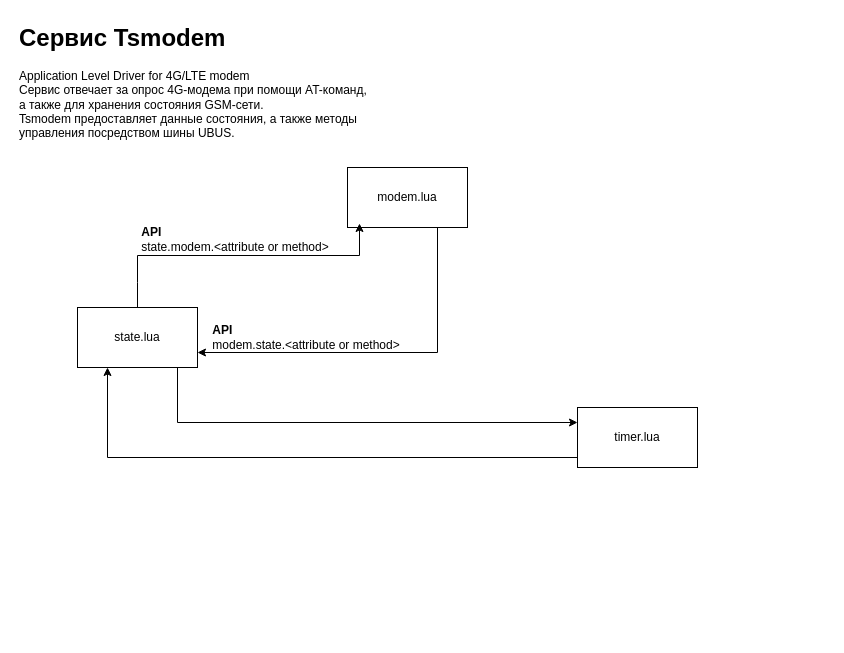
Earlier version of the draw.io diagram Диаграмма без названия.drawio (antoncom/tsmodem). Source tidied: cells renumbered, new cells numbered last; positions are measured from the earlier drawing's top-left corner, leaving out a move shared by most shapes. Both pictures are drawn from the tidied source at 100%, with x=0, y=0 at pixel (17, 17).
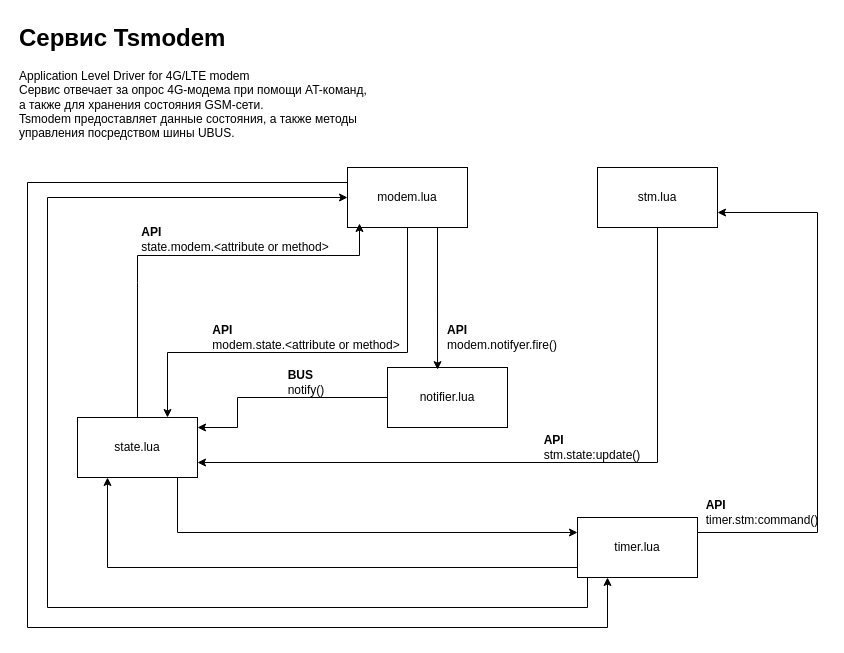
After the change.

The change refers to these unchanged cells:
```xml
<mxCell id="3" value="modem.lua" style="rounded=0;whiteSpace=wrap;html=1;" parent="1" vertex="1">
  <mxGeometry x="330" y="150" width="120" height="60" as="geometry" />
</mxCell>
```

The edit, as a diff of the source:
```diff
@@
-    <mxCell id="2" style="edgeStyle=orthogonalEdgeStyle;rounded=0;jettySize=auto;html=1;entryX=1;entryY=0.75;entryDx=0;entryDy=0;exitX=0.75;exitY=1;exitDx=0;exitDy=0;" parent="1" edge="1" source="3" target="5">
-      <mxGeometry relative="1" as="geometry" />
+    <mxCell id="2" style="edgeStyle=orthogonalEdgeStyle;rounded=0;jettySize=auto;html=1;entryX=0.75;entryY=0;entryDx=0;entryDy=0;exitX=0.75;exitY=1;exitDx=0;exitDy=0;" parent="1" edge="1" source="3" target="5">
+      <mxGeometry relative="1" as="geometry">
+        <Array as="points">
+          <mxPoint x="390" y="210" />
+          <mxPoint x="390" y="335" />
+          <mxPoint x="150" y="335" />
+        </Array>
+      </mxGeometry>
     </mxCell>
@@
     <mxCell id="4" style="edgeStyle=orthogonalEdgeStyle;rounded=0;jettySize=auto;html=1;entryX=0;entryY=0.25;entryDx=0;entryDy=0;" parent="1" edge="1" source="5" target="7">
       <mxGeometry relative="1" as="geometry">
         <Array as="points">
-          <mxPoint x="160" y="405" />
+          <mxPoint x="160" y="515" />
         </Array>
       </mxGeometry>
     </mxCell>
     <mxCell id="5" value="state.lua" style="rounded=0;whiteSpace=wrap;html=1;" parent="1" vertex="1">
-      <mxGeometry x="60" y="290" width="120" height="60" as="geometry" />
+      <mxGeometry x="60" y="400" width="120" height="60" as="geometry" />
     </mxCell>
     <mxCell id="6" style="edgeStyle=orthogonalEdgeStyle;rounded=0;jettySize=auto;html=1;entryX=0.25;entryY=1;entryDx=0;entryDy=0;" parent="1" edge="1" source="7" target="5">
       <mxGeometry relative="1" as="geometry">
         <Array as="points">
-          <mxPoint x="90" y="440" />
+          <mxPoint x="90" y="550" />
         </Array>
       </mxGeometry>
     </mxCell>
     <mxCell id="7" value="timer.lua" style="rounded=0;whiteSpace=wrap;html=1;" parent="1" vertex="1">
-      <mxGeometry x="560" y="390" width="120" height="60" as="geometry" />
+      <mxGeometry x="560" y="500" width="120" height="60" as="geometry" />
     </mxCell>
@@
+    <mxCell id="12" value="stm&lt;span style=&quot;background-color: transparent; color: light-dark(rgb(0, 0, 0), rgb(255, 255, 255));&quot;&gt;.lua&lt;/span&gt;" style="rounded=0;whiteSpace=wrap;html=1;" parent="1" vertex="1">
+      <mxGeometry x="580" y="150" width="120" height="60" as="geometry" />
+    </mxCell>
+    <mxCell id="13" value="notifier.lua" style="rounded=0;whiteSpace=wrap;html=1;" parent="1" vertex="1">
+      <mxGeometry x="370" y="350" width="120" height="60" as="geometry" />
+    </mxCell>
+    <mxCell id="14" style="edgeStyle=orthogonalEdgeStyle;rounded=0;jettySize=auto;html=1;exitX=0.75;exitY=1;exitDx=0;exitDy=0;entryX=0.417;entryY=0.036;entryDx=0;entryDy=0;entryPerimeter=0;" parent="1" edge="1" source="3" target="13">
+      <mxGeometry relative="1" as="geometry" />
+    </mxCell>
+    <mxCell id="15" value="&lt;div style=&quot;text-align: left;&quot;&gt;&lt;b style=&quot;background-color: transparent;&quot;&gt;API&lt;/b&gt;&lt;/div&gt;&lt;div style=&quot;text-align: left;&quot;&gt;&lt;span style=&quot;background-color: transparent;&quot;&gt;modem.notifyer.fire()&lt;/span&gt;&lt;br&gt;&lt;/div&gt;" style="text;html=1;align=center;verticalAlign=middle;whiteSpace=wrap;rounded=0;" parent="1" vertex="1">
+      <mxGeometry x="420" y="305" width="130" height="30" as="geometry" />
+    </mxCell>
+    <mxCell id="16" style="edgeStyle=orthogonalEdgeStyle;rounded=0;jettySize=auto;html=1;exitX=0;exitY=0.75;exitDx=0;exitDy=0;" parent="1" edge="1" source="13" target="5">
+      <mxGeometry relative="1" as="geometry">
+        <Array as="points">
+          <mxPoint x="370" y="380" />
+          <mxPoint x="220" y="380" />
+          <mxPoint x="220" y="410" />
+        </Array>
+      </mxGeometry>
+    </mxCell>
+    <mxCell id="17" value="&lt;div style=&quot;text-align: left;&quot;&gt;&lt;span style=&quot;background-color: transparent; color: light-dark(rgb(0, 0, 0), rgb(255, 255, 255));&quot;&gt;&lt;b&gt;BUS&lt;/b&gt;&lt;/span&gt;&lt;/div&gt;&lt;div style=&quot;text-align: left;&quot;&gt;&lt;span style=&quot;background-color: transparent; color: light-dark(rgb(0, 0, 0), rgb(255, 255, 255));&quot;&gt;notify()&lt;/span&gt;&lt;/div&gt;" style="text;html=1;align=center;verticalAlign=middle;whiteSpace=wrap;rounded=0;" parent="1" vertex="1">
+      <mxGeometry x="224" y="350" width="130" height="30" as="geometry" />
+    </mxCell>
+    <mxCell id="18" style="endArrow=classic;html=1;rounded=0;exitX=0.5;exitY=1;exitDx=0;exitDy=0;entryX=1;entryY=0.75;entryDx=0;entryDy=0;" parent="1" edge="1" source="12" target="5">
+      <mxGeometry relative="1" as="geometry">
+        <Array as="points">
+          <mxPoint x="640" y="445" />
+        </Array>
+      </mxGeometry>
+    </mxCell>
+    <mxCell id="19" value="&lt;div style=&quot;text-align: left;&quot;&gt;&lt;b style=&quot;background-color: transparent;&quot;&gt;API&lt;/b&gt;&lt;/div&gt;&lt;div style=&quot;text-align: left;&quot;&gt;&lt;span style=&quot;background-color: transparent; text-align: center;&quot;&gt;stm.state:update&lt;/span&gt;&lt;span style=&quot;background-color: transparent;&quot;&gt;()&lt;/span&gt;&lt;br&gt;&lt;/div&gt;" style="text;html=1;align=center;verticalAlign=middle;whiteSpace=wrap;rounded=0;" parent="1" vertex="1">
+      <mxGeometry x="510" y="415" width="130" height="30" as="geometry" />
+    </mxCell>
+    <mxCell id="20" style="endArrow=classic;html=1;rounded=0;entryX=1;entryY=0.75;entryDx=0;entryDy=0;exitX=1;exitY=0.25;exitDx=0;exitDy=0;" parent="1" edge="1" source="7" target="12">
+      <mxGeometry relative="1" as="geometry">
+        <Array as="points">
+          <mxPoint x="800" y="515" />
+          <mxPoint x="800" y="195" />
+        </Array>
+      </mxGeometry>
+    </mxCell>
+    <mxCell id="21" value="&lt;div style=&quot;text-align: left;&quot;&gt;&lt;b style=&quot;background-color: transparent;&quot;&gt;API&lt;/b&gt;&lt;/div&gt;&lt;div style=&quot;text-align: left;&quot;&gt;&lt;span style=&quot;background-color: transparent; text-align: center;&quot;&gt;timer.stm:command&lt;/span&gt;&lt;span style=&quot;background-color: transparent;&quot;&gt;()&lt;/span&gt;&lt;br&gt;&lt;/div&gt;" style="text;html=1;align=center;verticalAlign=middle;whiteSpace=wrap;rounded=0;" parent="1" vertex="1">
+      <mxGeometry x="680" y="480" width="130" height="30" as="geometry" />
+    </mxCell>
+    <mxCell id="22" style="edgeStyle=orthogonalEdgeStyle;rounded=0;jettySize=auto;html=1;entryX=0;entryY=0.5;entryDx=0;entryDy=0;" parent="1" edge="1" target="3">
+      <mxGeometry relative="1" as="geometry">
+        <mxPoint x="570" y="560" as="sourcePoint" />
+        <Array as="points">
+          <mxPoint x="570" y="590" />
+          <mxPoint x="30" y="590" />
+          <mxPoint x="30" y="180" />
+        </Array>
+      </mxGeometry>
+    </mxCell>
+    <mxCell id="23" style="edgeStyle=orthogonalEdgeStyle;rounded=0;jettySize=auto;html=1;exitX=0;exitY=0.25;exitDx=0;exitDy=0;entryX=0.25;entryY=1;entryDx=0;entryDy=0;" parent="1" edge="1" source="3" target="7">
+      <mxGeometry relative="1" as="geometry">
+        <Array as="points">
+          <mxPoint x="10" y="165" />
+          <mxPoint x="10" y="610" />
+          <mxPoint x="590" y="610" />
+        </Array>
+      </mxGeometry>
+    </mxCell>
```
